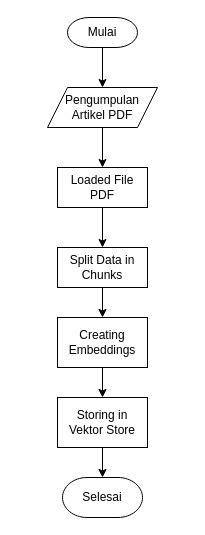
Earlier version of the draw.io diagram page "Page-1" (1 of 4) of Untitled Diagram.drawio (intannurainii/code-message-dialog). Source tidied: cells renumbered, new cells numbered last; positions are measured from the earlier drawing's top-left corner, leaving out a move shared by most shapes. Both pictures are drawn from the tidied source at 100%, with x=0, y=0 at pixel (47, 17).
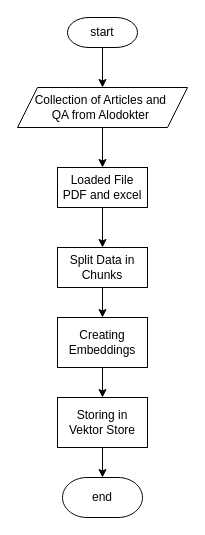
After the change.

The edit, as a diff of the source:
```diff
@@
 <mxGraphModel>
   <root>
     <mxCell id="0" />
     <mxCell id="1" parent="0" />
-    <mxCell id="2" value="Pengumpulan Artikel PDF" style="shape=parallelogram;perimeter=parallelogramPerimeter;whiteSpace=wrap;html=1;fixedSize=1;" parent="1" vertex="1">
-      <mxGeometry y="70" width="110" height="40" as="geometry" />
+    <mxCell id="2" value="Collection of Articles and&amp;nbsp;&lt;div&gt;QA from Alodokter&amp;nbsp;&lt;/div&gt;" style="shape=parallelogram;perimeter=parallelogramPerimeter;whiteSpace=wrap;html=1;fixedSize=1;" parent="1" vertex="1">
+      <mxGeometry x="-30" y="70" width="170" height="40" as="geometry" />
     </mxCell>
-    <mxCell id="3" value="Loaded File PDF" style="rounded=0;whiteSpace=wrap;html=1;" parent="1" vertex="1">
+    <mxCell id="3" value="Loaded File PDF and excel" style="rounded=0;whiteSpace=wrap;html=1;" parent="1" vertex="1">
       <mxGeometry x="10" y="150" width="90" height="40" as="geometry" />
     </mxCell>
     <mxCell id="4" value="Split Data in Chunks" style="rounded=0;whiteSpace=wrap;html=1;" parent="1" vertex="1">
       <mxGeometry x="10" y="230" width="90" height="40" as="geometry" />
     </mxCell>
     <mxCell id="5" value="Creating Embeddings" style="rounded=0;whiteSpace=wrap;html=1;" parent="1" vertex="1">
       <mxGeometry x="10" y="300" width="90" height="50" as="geometry" />
     </mxCell>
     <mxCell id="6" value="Storing in Vektor Store" style="rounded=0;whiteSpace=wrap;html=1;" parent="1" vertex="1">
       <mxGeometry x="10" y="380" width="90" height="50" as="geometry" />
     </mxCell>
-    <mxCell id="7" value="Mulai" style="strokeWidth=1;html=1;shape=mxgraph.flowchart.terminator;whiteSpace=wrap;" parent="1" vertex="1">
+    <mxCell id="7" value="start" style="strokeWidth=1;html=1;shape=mxgraph.flowchart.terminator;whiteSpace=wrap;" parent="1" vertex="1">
       <mxGeometry x="20" width="70" height="30" as="geometry" />
     </mxCell>
-    <mxCell id="8" value="Selesai" style="strokeWidth=1;html=1;shape=mxgraph.flowchart.terminator;whiteSpace=wrap;" parent="1" vertex="1">
+    <mxCell id="8" value="end" style="strokeWidth=1;html=1;shape=mxgraph.flowchart.terminator;whiteSpace=wrap;" parent="1" vertex="1">
       <mxGeometry x="15" y="460" width="80" height="40" as="geometry" />
     </mxCell>
     <mxCell id="9" style="endArrow=classic;html=1;rounded=0;exitX=0.5;exitY=1;exitDx=0;exitDy=0;exitPerimeter=0;entryX=0.5;entryY=0;entryDx=0;entryDy=0;" parent="1" edge="1" source="7" target="2">
       <mxGeometry relative="1" as="geometry" />
     </mxCell>
     <mxCell id="10" style="endArrow=classic;html=1;rounded=0;exitX=0.5;exitY=1;exitDx=0;exitDy=0;entryX=0.5;entryY=0;entryDx=0;entryDy=0;" parent="1" edge="1" source="2" target="3">
       <mxGeometry relative="1" as="geometry" />
     </mxCell>
     <mxCell id="11" style="endArrow=classic;html=1;rounded=0;exitX=0.5;exitY=1;exitDx=0;exitDy=0;entryX=0.5;entryY=0;entryDx=0;entryDy=0;" parent="1" edge="1" source="3" target="4">
       <mxGeometry relative="1" as="geometry" />
     </mxCell>
     <mxCell id="12" style="endArrow=classic;html=1;rounded=0;exitX=0.5;exitY=1;exitDx=0;exitDy=0;entryX=0.5;entryY=0;entryDx=0;entryDy=0;" parent="1" edge="1" source="4" target="5">
       <mxGeometry relative="1" as="geometry" />
     </mxCell>
     <mxCell id="13" style="endArrow=classic;html=1;rounded=0;exitX=0.5;exitY=1;exitDx=0;exitDy=0;entryX=0.5;entryY=0;entryDx=0;entryDy=0;" parent="1" edge="1" source="5" target="6">
       <mxGeometry relative="1" as="geometry" />
     </mxCell>
     <mxCell id="14" style="endArrow=classic;html=1;rounded=0;exitX=0.5;exitY=1;exitDx=0;exitDy=0;entryX=0.5;entryY=0;entryDx=0;entryDy=0;entryPerimeter=0;" parent="1" edge="1" source="6" target="8">
       <mxGeometry relative="1" as="geometry" />
     </mxCell>
   </root>
 </mxGraphModel>
```
